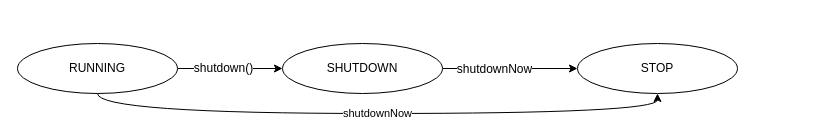
This is 51cto_jcp_threadpoolexecutor.drawio from bluefantasy2014/draw.io, a draw.io file, before an edit. Source tidied: cells renumbered, new cells numbered last; positions are measured from the earlier drawing's top-left corner, leaving out a move shared by most shapes. Both pictures are drawn from the tidied source at 100%, with x=0, y=0 at pixel (17, 43).
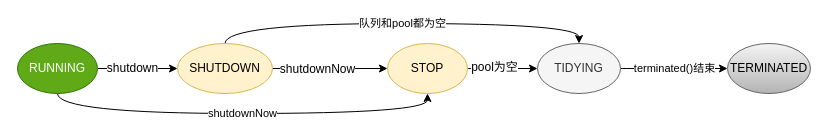
After the change.

Diff of the diagram source:
```diff
@@
 <mxGraphModel>
   <root>
     <mxCell id="0" />
     <mxCell id="1" parent="0" />
     <mxCell id="2" style="edgeStyle=orthogonalEdgeStyle;rounded=0;jettySize=auto;html=1;exitX=1;exitY=0.5;exitDx=0;exitDy=0;entryX=0;entryY=0.5;entryDx=0;entryDy=0;" parent="1" edge="1" source="5" target="8">
       <mxGeometry relative="1" as="geometry" />
     </mxCell>
-    <mxCell id="3" value="shutdown()" style="text;html=1;align=center;verticalAlign=middle;labelBackgroundColor=#ffffff;" parent="2" vertex="1">
+    <mxCell id="3" value="shutdown" style="text;html=1;align=center;verticalAlign=middle;labelBackgroundColor=#ffffff;" parent="2" vertex="1">
       <mxGeometry x="-0.14" y="1" relative="1" as="geometry" />
     </mxCell>
     <mxCell id="4" value="shutdownNow" style="edgeStyle=orthogonalEdgeStyle;curved=1;rounded=0;jettySize=auto;html=1;exitX=0.5;exitY=1;exitDx=0;exitDy=0;entryX=0.5;entryY=1;entryDx=0;entryDy=0;" parent="1" edge="1" source="5" target="9">
       <mxGeometry relative="1" as="geometry" />
     </mxCell>
-    <mxCell id="5" value="RUNNING" style="ellipse;whiteSpace=wrap;html=1;" parent="1" vertex="1">
-      <mxGeometry width="160" height="50" as="geometry" />
+    <mxCell id="5" value="RUNNING" style="ellipse;whiteSpace=wrap;html=1;fillColor=#60a917;strokeColor=#2D7600;fontColor=#ffffff;" parent="1" vertex="1">
+      <mxGeometry width="80" height="50" as="geometry" />
     </mxCell>
     <mxCell id="6" style="edgeStyle=orthogonalEdgeStyle;rounded=0;jettySize=auto;html=1;exitX=1;exitY=0.5;exitDx=0;exitDy=0;entryX=0;entryY=0.5;entryDx=0;entryDy=0;" parent="1" edge="1" source="8" target="9">
       <mxGeometry relative="1" as="geometry" />
     </mxCell>
     <mxCell id="7" value="shutdownNow" style="text;html=1;align=center;verticalAlign=middle;labelBackgroundColor=#ffffff;" parent="6" vertex="1">
       <mxGeometry x="-0.24" relative="1" as="geometry" />
     </mxCell>
+    <mxCell id="10" value="队列和pool都为空" style="edgeStyle=orthogonalEdgeStyle;curved=1;rounded=0;jettySize=auto;html=1;exitX=0.5;exitY=0;exitDx=0;exitDy=0;entryX=0.5;entryY=0;entryDx=0;entryDy=0;" parent="1" edge="1" source="8" target="14">
+      <mxGeometry relative="1" as="geometry" />
+    </mxCell>
-    <mxCell id="8" value="SHUTDOWN" style="ellipse;whiteSpace=wrap;html=1;" parent="1" vertex="1">
-      <mxGeometry x="265" width="160" height="50" as="geometry" />
+    <mxCell id="8" value="SHUTDOWN" style="ellipse;whiteSpace=wrap;html=1;fillColor=#fff2cc;strokeColor=#d6b656;" parent="1" vertex="1">
+      <mxGeometry x="160" width="95" height="50" as="geometry" />
     </mxCell>
+    <mxCell id="11" style="edgeStyle=orthogonalEdgeStyle;curved=1;rounded=0;jettySize=auto;html=1;exitX=1;exitY=0.5;exitDx=0;exitDy=0;entryX=0;entryY=0.5;entryDx=0;entryDy=0;" parent="1" edge="1" source="9" target="14">
+      <mxGeometry relative="1" as="geometry" />
+    </mxCell>
+    <mxCell id="12" value="pool为空" style="text;html=1;align=center;verticalAlign=middle;labelBackgroundColor=#ffffff;" parent="11" vertex="1">
+      <mxGeometry x="-0.26" y="2" relative="1" as="geometry" />
+    </mxCell>
-    <mxCell id="9" value="STOP" style="ellipse;whiteSpace=wrap;html=1;" parent="1" vertex="1">
-      <mxGeometry x="560" width="160" height="50" as="geometry" />
+    <mxCell id="9" value="STOP" style="ellipse;whiteSpace=wrap;html=1;fillColor=#fff2cc;strokeColor=#d6b656;" parent="1" vertex="1">
+      <mxGeometry x="370" width="80" height="50" as="geometry" />
     </mxCell>
+    <mxCell id="13" value="terminated()结束" style="edgeStyle=orthogonalEdgeStyle;curved=1;rounded=0;jettySize=auto;html=1;exitX=1;exitY=0.5;exitDx=0;exitDy=0;" parent="1" edge="1" source="14" target="15">
+      <mxGeometry relative="1" as="geometry" />
+    </mxCell>
+    <mxCell id="14" value="TIDYING" style="ellipse;whiteSpace=wrap;html=1;fillColor=#f5f5f5;strokeColor=#666666;fontColor=#333333;" parent="1" vertex="1">
+      <mxGeometry x="520" width="83" height="50" as="geometry" />
+    </mxCell>
+    <mxCell id="15" value="TERMINATED" style="ellipse;whiteSpace=wrap;html=1;gradientColor=#b3b3b3;fillColor=#f5f5f5;strokeColor=#666666;" parent="1" vertex="1">
+      <mxGeometry x="710" width="83" height="50" as="geometry" />
+    </mxCell>
   </root>
 </mxGraphModel>
```
